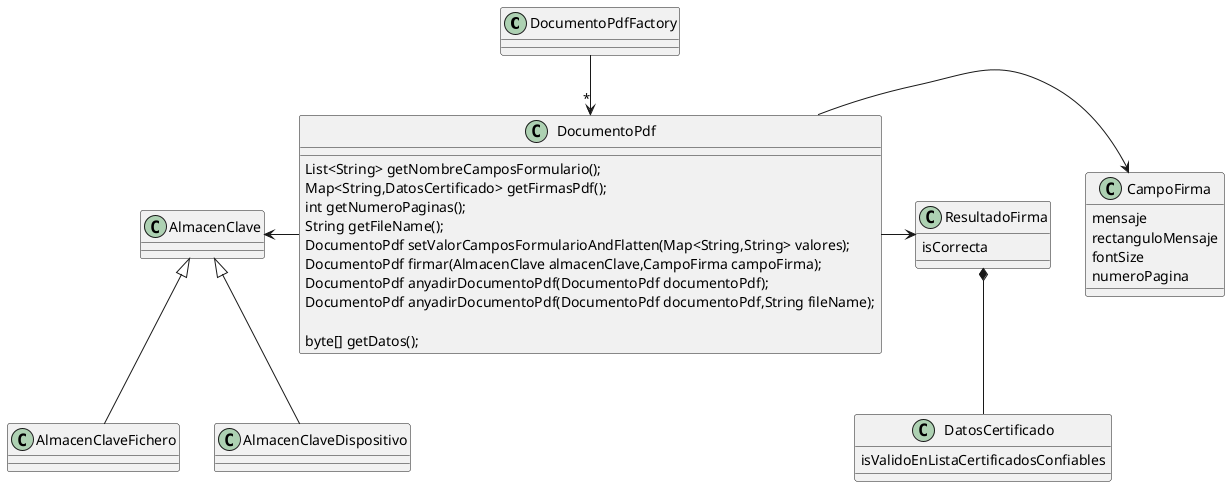
Earlier version of the PlantUML export src/main/java/com/educaflow/common/pdf/pdf.png (educaflow/pruebasLorenzo).
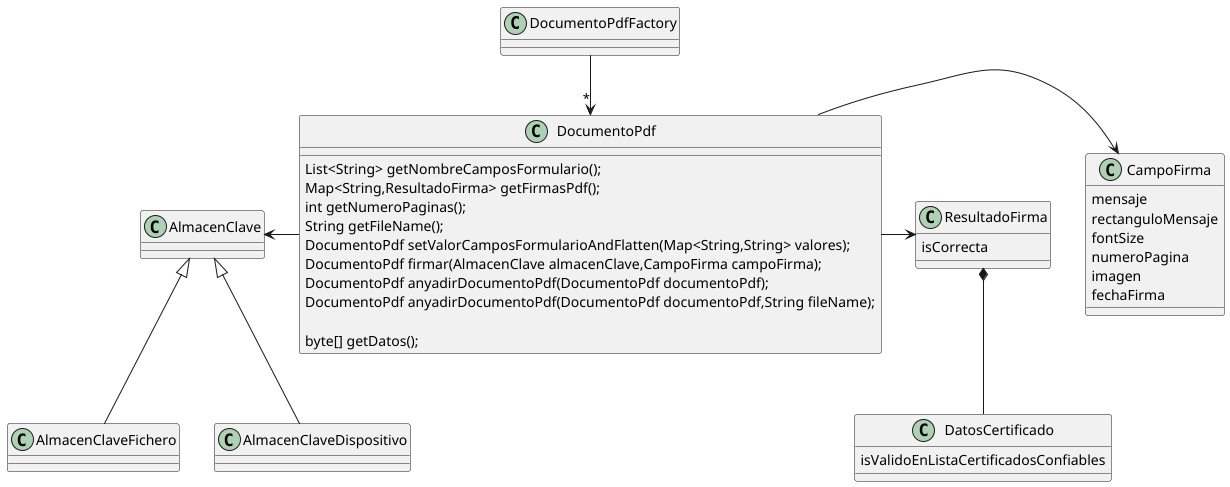
After the commit.

Commit message:
Cambiar diagrama UML

The edit, as a diff of the source:
```diff
@@ -12,7 +12,7 @@
 
 class DocumentoPdf {
     List<String> getNombreCamposFormulario();
-    Map<String,DatosCertificado> getFirmasPdf();
+    Map<String,ResultadoFirma> getFirmasPdf();
     int getNumeroPaginas();
     String getFileName();
 
@@ -38,6 +38,8 @@
 rectanguloMensaje
 fontSize
 numeroPagina
+imagen
+fechaFirma
 }
 
 @enduml
```
